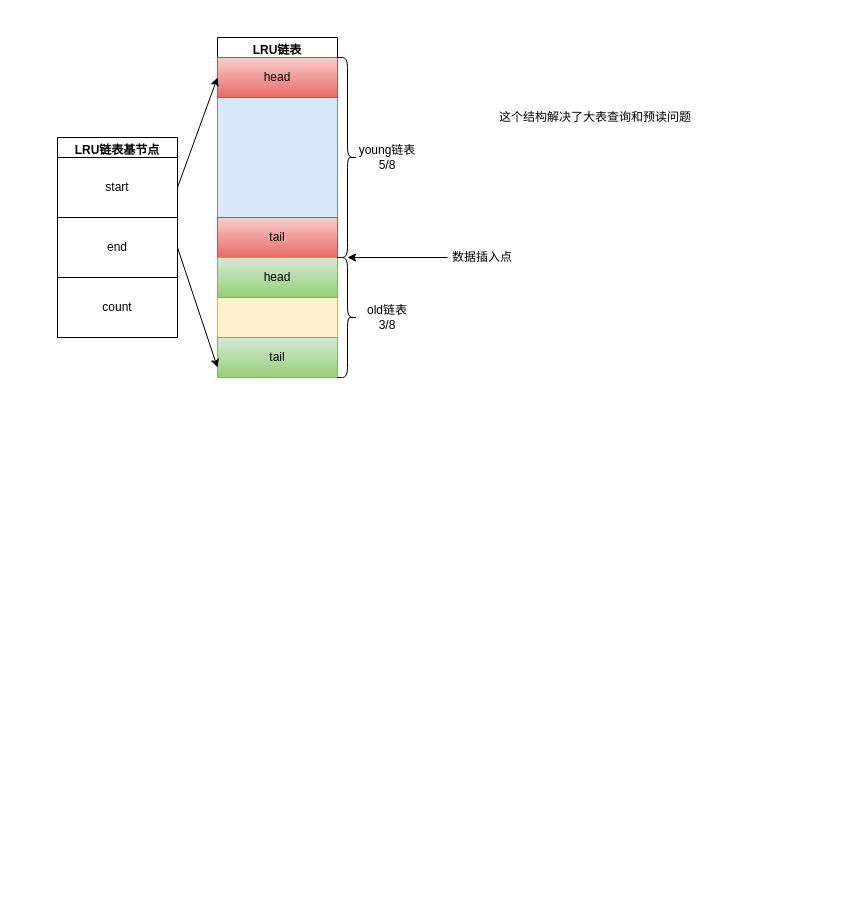
Above: LRU.drawio in wqfgithub/drawio (draw.io), before the change. Source tidied: cells renumbered, new cells numbered last; positions are measured from the earlier drawing's top-left corner, leaving out a move shared by most shapes. Both pictures are drawn from the tidied source at 100%, with x=0, y=0 at pixel (57, 37).
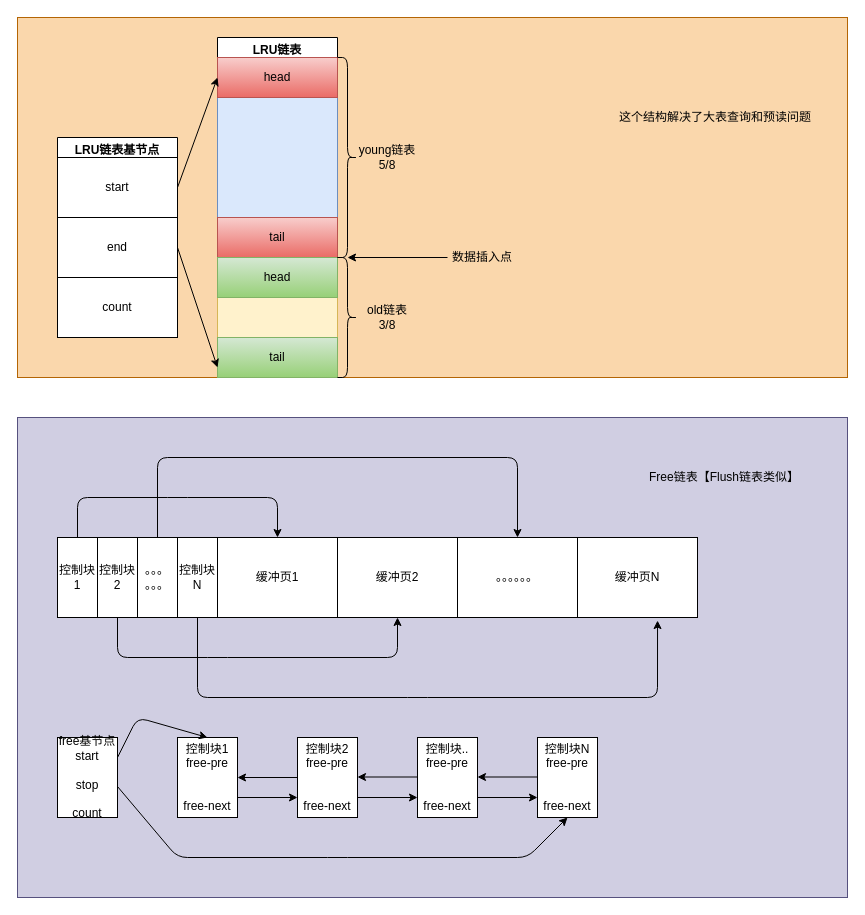
The same diagram, later.

Diff of the diagram source:
```diff
@@
+    <mxCell id="22" style="rounded=0;whiteSpace=wrap;html=1;align=center;fillColor=#fad7ac;strokeColor=#b46504;" parent="1" vertex="1">
+      <mxGeometry x="-40" y="-20" width="830" height="360" as="geometry" />
+    </mxCell>
+    <mxCell id="23" style="rounded=0;whiteSpace=wrap;html=1;align=center;fillColor=#d0cee2;strokeColor=#56517e;" parent="1" vertex="1">
+      <mxGeometry x="-40" y="380" width="830" height="480" as="geometry" />
+    </mxCell>
@@
     <mxCell id="21" value="这个结构解决了大表查询和预读问题" style="text;html=1;strokeColor=none;fillColor=none;align=left;verticalAlign=middle;whiteSpace=wrap;rounded=0;" parent="1" vertex="1">
-      <mxGeometry x="440" y="60" width="200" height="40" as="geometry" />
+      <mxGeometry x="560" y="60" width="200" height="40" as="geometry" />
     </mxCell>
+    <mxCell id="24" value="缓冲页1" style="rounded=0;whiteSpace=wrap;html=1;align=center;" parent="1" vertex="1">
+      <mxGeometry x="160" y="500" width="120" height="80" as="geometry" />
+    </mxCell>
+    <mxCell id="25" value="缓冲页2" style="rounded=0;whiteSpace=wrap;html=1;align=center;" parent="1" vertex="1">
+      <mxGeometry x="280" y="500" width="120" height="80" as="geometry" />
+    </mxCell>
+    <mxCell id="26" value="。。。。。。" style="rounded=0;whiteSpace=wrap;html=1;align=center;" parent="1" vertex="1">
+      <mxGeometry x="400" y="500" width="120" height="80" as="geometry" />
+    </mxCell>
+    <mxCell id="27" value="缓冲页N" style="rounded=0;whiteSpace=wrap;html=1;align=center;" parent="1" vertex="1">
+      <mxGeometry x="520" y="500" width="120" height="80" as="geometry" />
+    </mxCell>
+    <mxCell id="28" value="控制块N" style="rounded=0;whiteSpace=wrap;html=1;align=center;" parent="1" vertex="1">
+      <mxGeometry x="120" y="500" width="40" height="80" as="geometry" />
+    </mxCell>
+    <mxCell id="29" value="。。。&lt;br&gt;。。。" style="rounded=0;whiteSpace=wrap;html=1;align=center;" parent="1" vertex="1">
+      <mxGeometry x="80" y="500" width="40" height="80" as="geometry" />
+    </mxCell>
+    <mxCell id="30" value="控制块2" style="rounded=0;whiteSpace=wrap;html=1;align=center;" parent="1" vertex="1">
+      <mxGeometry x="40" y="500" width="40" height="80" as="geometry" />
+    </mxCell>
+    <mxCell id="31" value="控制块1" style="rounded=0;whiteSpace=wrap;html=1;align=center;" parent="1" vertex="1">
+      <mxGeometry y="500" width="40" height="80" as="geometry" />
+    </mxCell>
+    <mxCell id="32" style="endArrow=classic;html=1;exitX=0.5;exitY=0;exitDx=0;exitDy=0;entryX=0.5;entryY=0;entryDx=0;entryDy=0;" parent="1" edge="1" source="31" target="24">
+      <mxGeometry relative="1" as="geometry">
+        <Array as="points">
+          <mxPoint x="20" y="460" />
+          <mxPoint x="120" y="460" />
+          <mxPoint x="220" y="460" />
+        </Array>
+      </mxGeometry>
+    </mxCell>
+    <mxCell id="33" style="endArrow=classic;html=1;exitX=0.5;exitY=0;exitDx=0;exitDy=0;entryX=0.5;entryY=1;entryDx=0;entryDy=0;" parent="1" edge="1" target="25">
+      <mxGeometry relative="1" as="geometry">
+        <mxPoint x="60" y="580" as="sourcePoint" />
+        <Array as="points">
+          <mxPoint x="60" y="620" />
+          <mxPoint x="160" y="620" />
+          <mxPoint x="340" y="620" />
+        </Array>
+      </mxGeometry>
+    </mxCell>
+    <mxCell id="34" style="endArrow=classic;html=1;exitX=0.5;exitY=0;exitDx=0;exitDy=0;entryX=0.5;entryY=0;entryDx=0;entryDy=0;" parent="1" edge="1" source="29" target="26">
+      <mxGeometry relative="1" as="geometry">
+        <Array as="points">
+          <mxPoint x="100" y="420" />
+          <mxPoint x="460" y="420" />
+        </Array>
+      </mxGeometry>
+    </mxCell>
+    <mxCell id="35" style="endArrow=classic;html=1;exitX=0.5;exitY=1;exitDx=0;exitDy=0;entryX=0.667;entryY=1.038;entryDx=0;entryDy=0;entryPerimeter=0;" parent="1" edge="1" source="28" target="27">
+      <mxGeometry relative="1" as="geometry">
+        <Array as="points">
+          <mxPoint x="140" y="660" />
+          <mxPoint x="360" y="660" />
+          <mxPoint x="600" y="660" />
+        </Array>
+      </mxGeometry>
+    </mxCell>
+    <mxCell id="36" value="控制块1&lt;br&gt;free-pre&lt;br&gt;&lt;br&gt;&lt;br&gt;free-next" style="rounded=0;whiteSpace=wrap;html=1;align=center;" parent="1" vertex="1">
+      <mxGeometry x="120" y="700" width="60" height="80" as="geometry" />
+    </mxCell>
+    <mxCell id="37" value="控制块2&lt;br&gt;free-pre&lt;br&gt;&lt;br&gt;&lt;br&gt;free-next" style="rounded=0;whiteSpace=wrap;html=1;align=center;" parent="1" vertex="1">
+      <mxGeometry x="240" y="700" width="60" height="80" as="geometry" />
+    </mxCell>
+    <mxCell id="38" value="控制块..&lt;br&gt;free-pre&lt;br&gt;&lt;br&gt;&lt;br&gt;free-next" style="rounded=0;whiteSpace=wrap;html=1;align=center;" parent="1" vertex="1">
+      <mxGeometry x="360" y="700" width="60" height="80" as="geometry" />
+    </mxCell>
+    <mxCell id="39" value="控制块N&lt;br&gt;free-pre&lt;br&gt;&lt;br&gt;&lt;br&gt;free-next" style="rounded=0;whiteSpace=wrap;html=1;align=center;" parent="1" vertex="1">
+      <mxGeometry x="480" y="700" width="60" height="80" as="geometry" />
+    </mxCell>
+    <mxCell id="40" style="endArrow=classic;html=1;exitX=1;exitY=0.75;exitDx=0;exitDy=0;entryX=0;entryY=0.75;entryDx=0;entryDy=0;" parent="1" edge="1" source="36" target="37">
+      <mxGeometry relative="1" as="geometry" />
+    </mxCell>
+    <mxCell id="41" style="endArrow=classic;html=1;exitX=1;exitY=0.75;exitDx=0;exitDy=0;entryX=0;entryY=0.75;entryDx=0;entryDy=0;" parent="1" edge="1">
+      <mxGeometry relative="1" as="geometry">
+        <mxPoint x="300" y="760" as="sourcePoint" />
+        <mxPoint x="360" y="760" as="targetPoint" />
+      </mxGeometry>
+    </mxCell>
+    <mxCell id="42" style="endArrow=classic;html=1;exitX=1;exitY=0.75;exitDx=0;exitDy=0;entryX=0;entryY=0.75;entryDx=0;entryDy=0;" parent="1" edge="1">
+      <mxGeometry relative="1" as="geometry">
+        <mxPoint x="420" y="760" as="sourcePoint" />
+        <mxPoint x="480" y="760" as="targetPoint" />
+      </mxGeometry>
+    </mxCell>
+    <mxCell id="43" style="endArrow=classic;html=1;exitX=0;exitY=0.5;exitDx=0;exitDy=0;" parent="1" edge="1" source="37">
+      <mxGeometry relative="1" as="geometry">
+        <mxPoint x="180" y="740" as="targetPoint" />
+      </mxGeometry>
+    </mxCell>
+    <mxCell id="44" style="endArrow=classic;html=1;exitX=0;exitY=0.5;exitDx=0;exitDy=0;" parent="1" edge="1">
+      <mxGeometry relative="1" as="geometry">
+        <mxPoint x="360" y="739.5" as="sourcePoint" />
+        <mxPoint x="300" y="739.5" as="targetPoint" />
+      </mxGeometry>
+    </mxCell>
+    <mxCell id="45" style="endArrow=classic;html=1;exitX=0;exitY=0.5;exitDx=0;exitDy=0;" parent="1" edge="1">
+      <mxGeometry relative="1" as="geometry">
+        <mxPoint x="480" y="739.5" as="sourcePoint" />
+        <mxPoint x="420" y="739.5" as="targetPoint" />
+      </mxGeometry>
+    </mxCell>
+    <mxCell id="46" value="free基节点&lt;br&gt;start&lt;br&gt;&lt;br&gt;stop&lt;br&gt;&lt;br&gt;count" style="rounded=0;whiteSpace=wrap;html=1;align=center;" parent="1" vertex="1">
+      <mxGeometry y="700" width="60" height="80" as="geometry" />
+    </mxCell>
+    <mxCell id="47" style="endArrow=classic;html=1;entryX=0.5;entryY=0;entryDx=0;entryDy=0;exitX=1;exitY=0.25;exitDx=0;exitDy=0;" parent="1" edge="1" source="46" target="36">
+      <mxGeometry relative="1" as="geometry">
+        <Array as="points">
+          <mxPoint x="80" y="680" />
+        </Array>
+      </mxGeometry>
+    </mxCell>
+    <mxCell id="48" style="endArrow=classic;html=1;exitX=1;exitY=0.613;exitDx=0;exitDy=0;exitPerimeter=0;entryX=0.5;entryY=1;entryDx=0;entryDy=0;" parent="1" edge="1" source="46" target="39">
+      <mxGeometry relative="1" as="geometry">
+        <Array as="points">
+          <mxPoint x="120" y="820" />
+          <mxPoint x="280" y="820" />
+          <mxPoint x="470" y="820" />
+        </Array>
+      </mxGeometry>
+    </mxCell>
+    <mxCell id="49" value="Free链表【Flush链表类似】" style="text;html=1;strokeColor=none;fillColor=none;align=left;verticalAlign=middle;whiteSpace=wrap;rounded=0;" parent="1" vertex="1">
+      <mxGeometry x="590" y="420" width="200" height="40" as="geometry" />
+    </mxCell>
```
